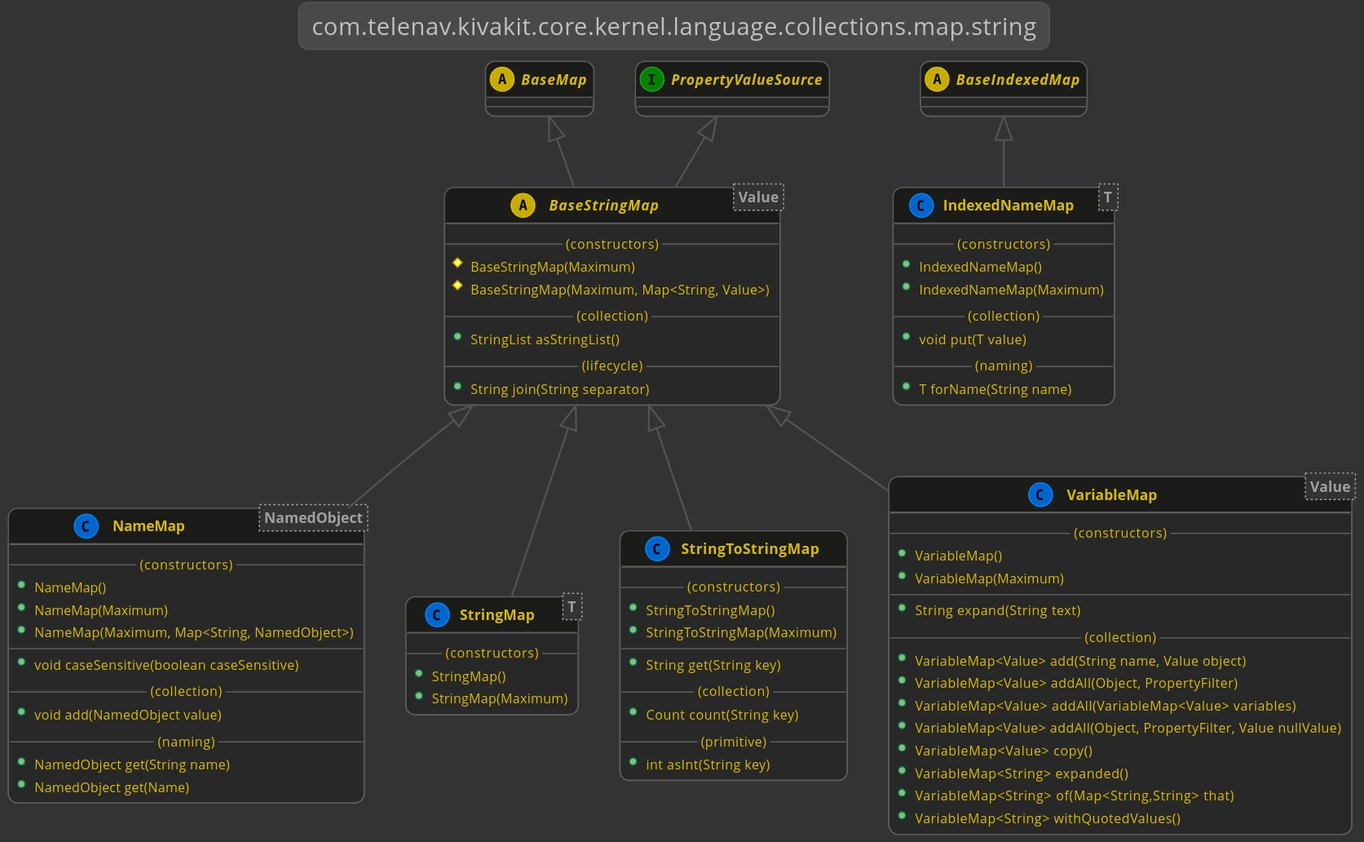
Above: kivakit-core/kernel/documentation/diagrams/com.telenav.kivakit.core.kernel.language.collections.map.string.svg in Telenav/kivakit (PlantUML), before the change.
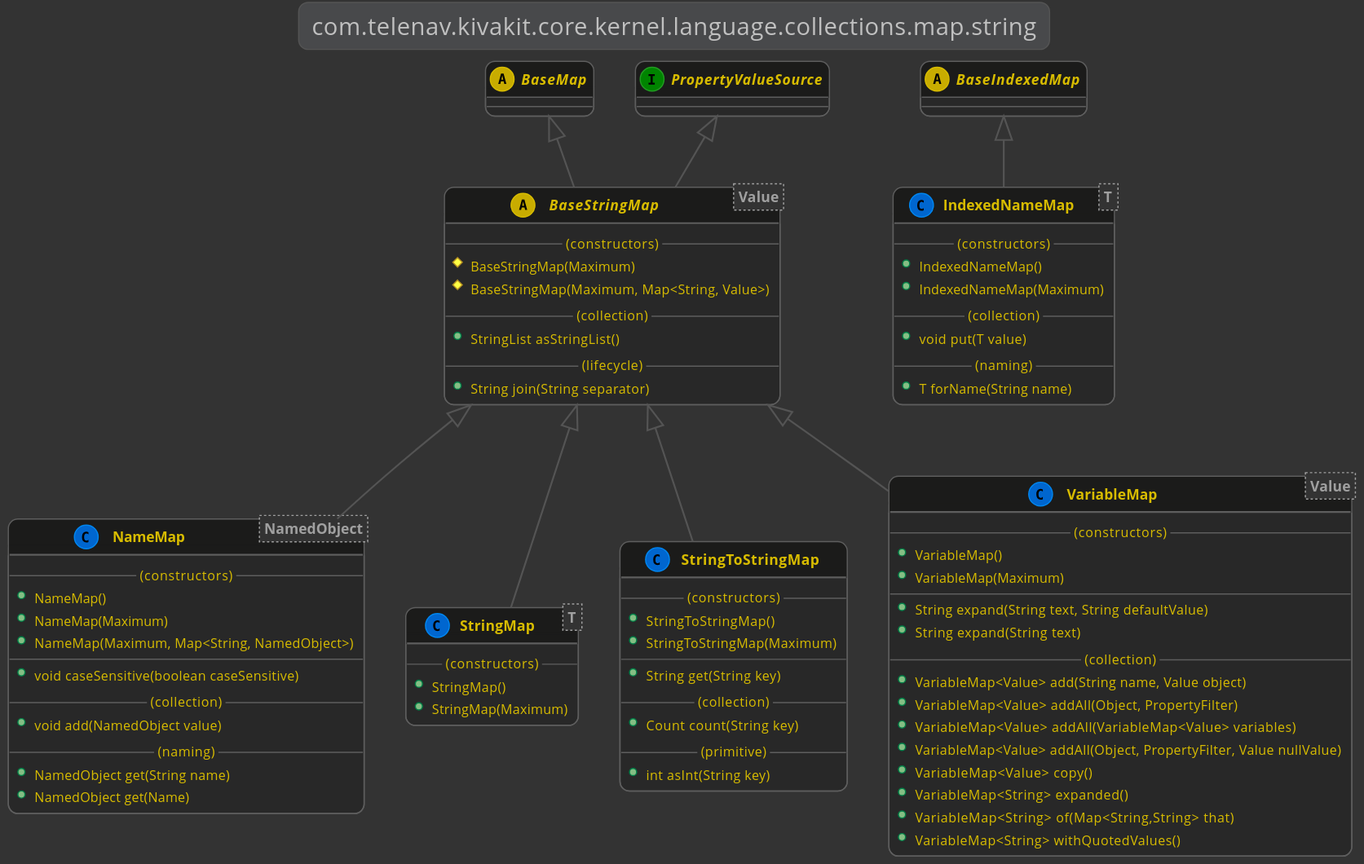
Above is the later version.

The edit, as a diff of the source:
```diff
@@ -80,6 +80,7 @@
         +VariableMap()
         +VariableMap(Maximum)
         --
+        +String expand(String text, String defaultValue)
         +String expand(String text)
         --(collection)--
         +VariableMap<Value> add(String name, Value object)
```
